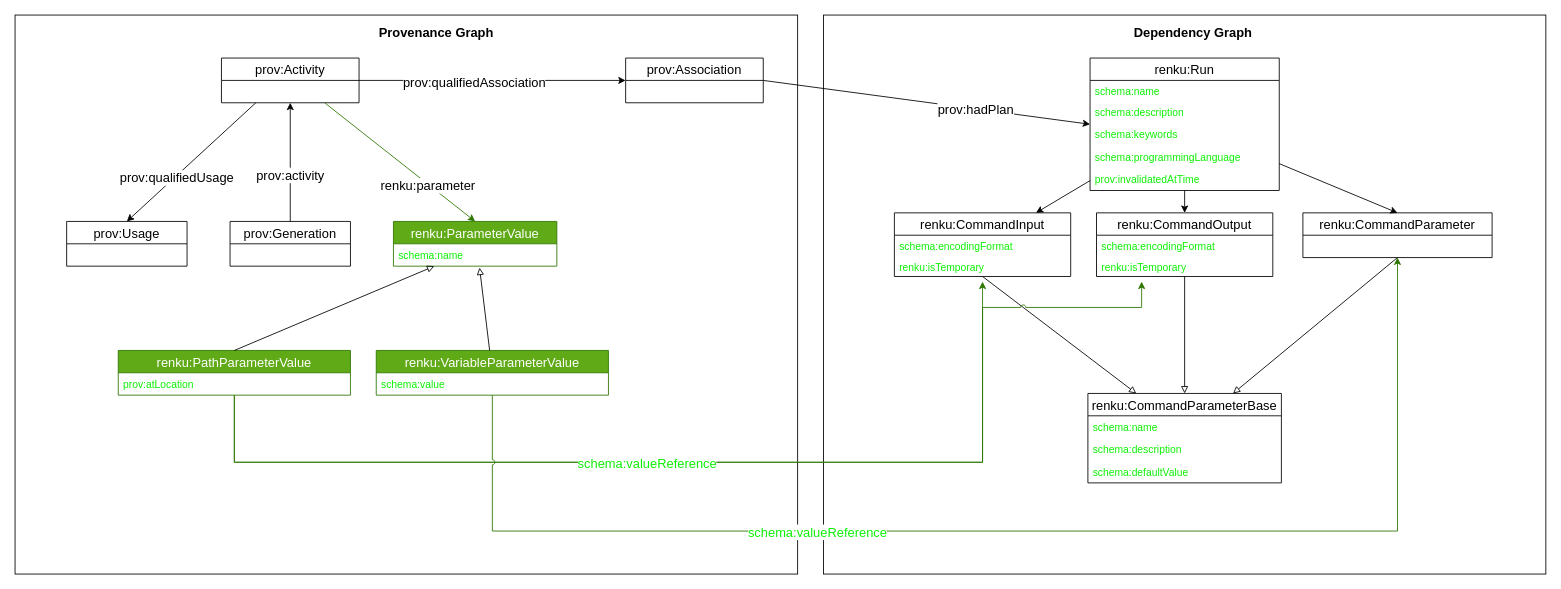
Before: design/001-new-workflow-commands/run-metadata.drawio in SwissDataScienceCenter/renku-python, a draw.io diagram. Source tidied: cells renumbered, new cells numbered last; positions are measured from the earlier drawing's top-left corner, leaving out a move shared by most shapes. Both pictures are drawn from the tidied source at 86%, with x=0, y=0 at pixel (15, 15).
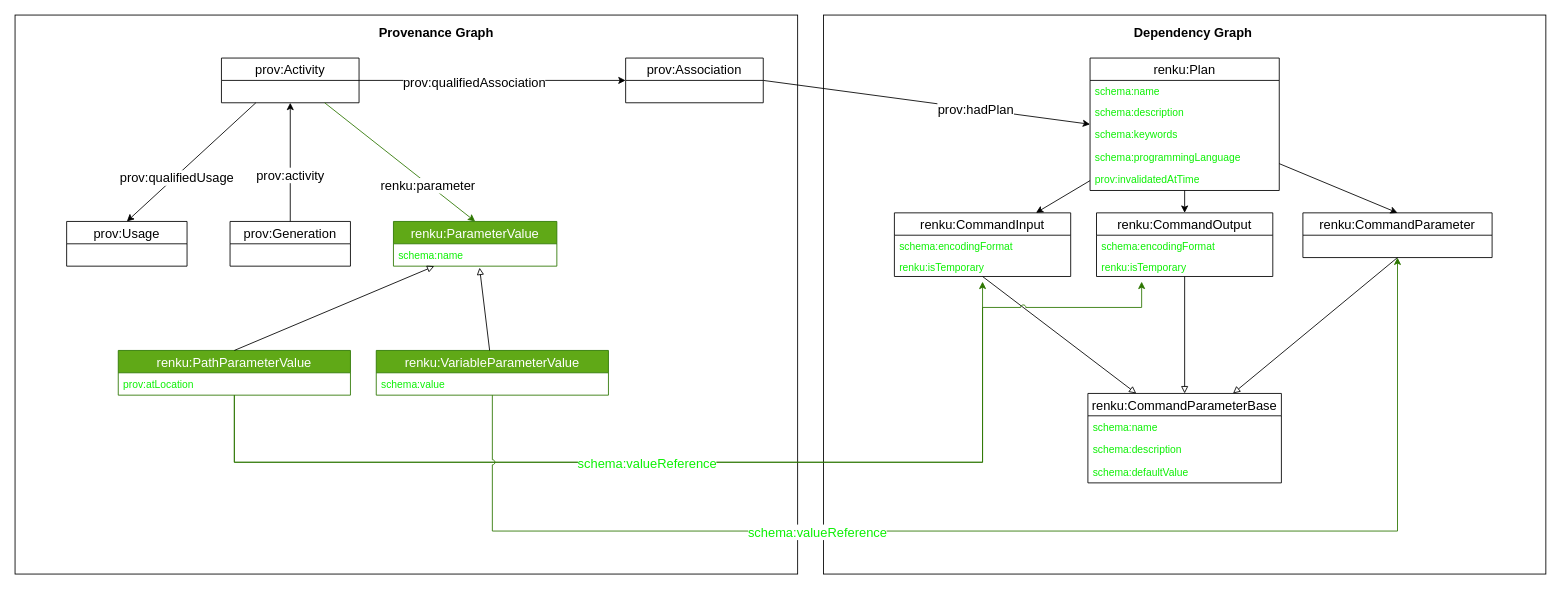
Above is the later version.

The edit, as a diff of the source:
```diff
@@
-    <mxCell id="24" value="renku:Run" style="swimlane;fontStyle=0;horizontal=1;startSize=26;fillColor=none;fontSize=15;" parent="1" vertex="1">
+    <mxCell id="24" value="renku:Plan" style="swimlane;fontStyle=0;horizontal=1;startSize=26;fillColor=none;fontSize=15;" parent="1" vertex="1">
       <mxGeometry x="1250" y="50" width="220" height="154" as="geometry" />
     </mxCell>
```
